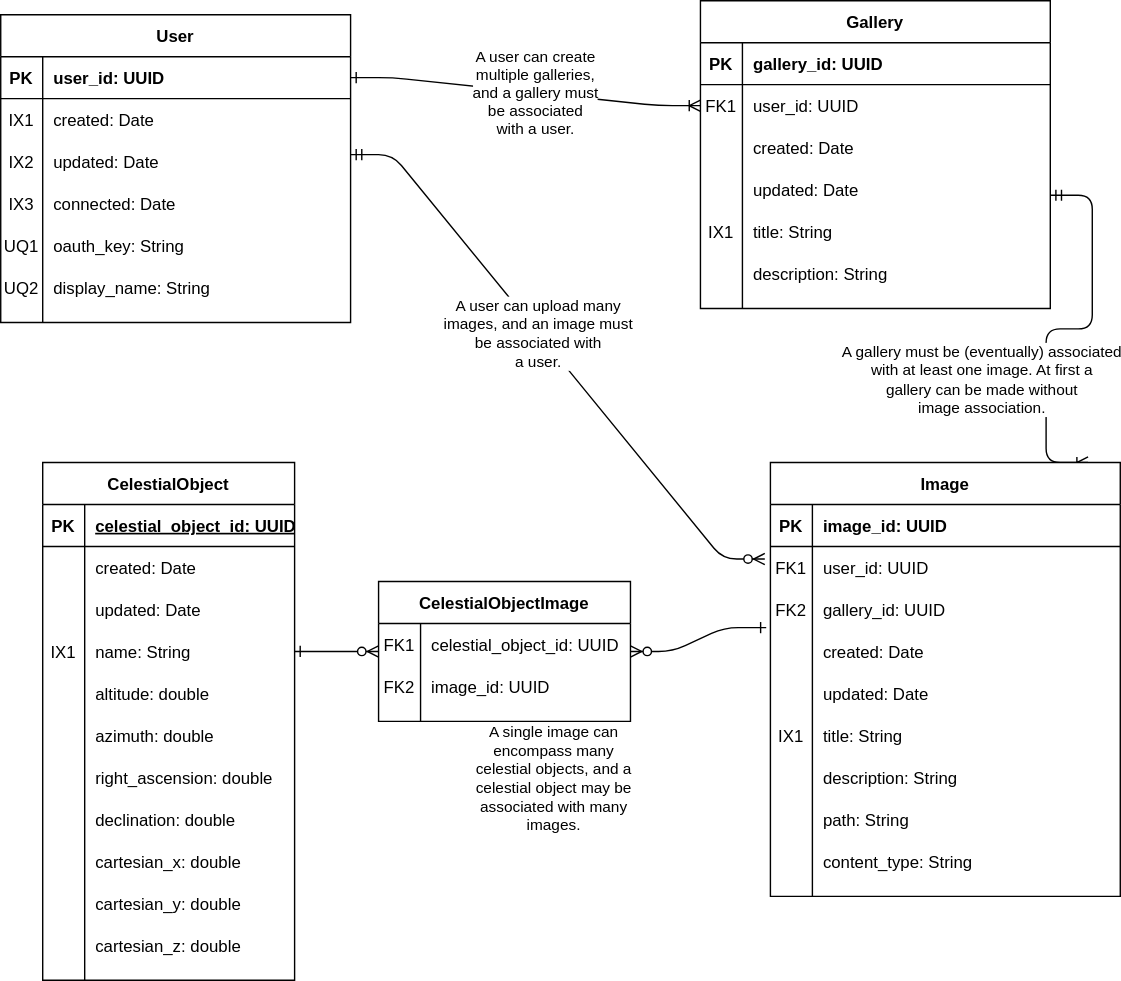
Above: docs/img/erd.svg in north-star-sharing/north-star-sharing.github.io (draw.io), before the change. Source tidied: cells renumbered, new cells last; positions are measured from the earlier drawing's top-left corner, leaving out a move shared by most shapes.
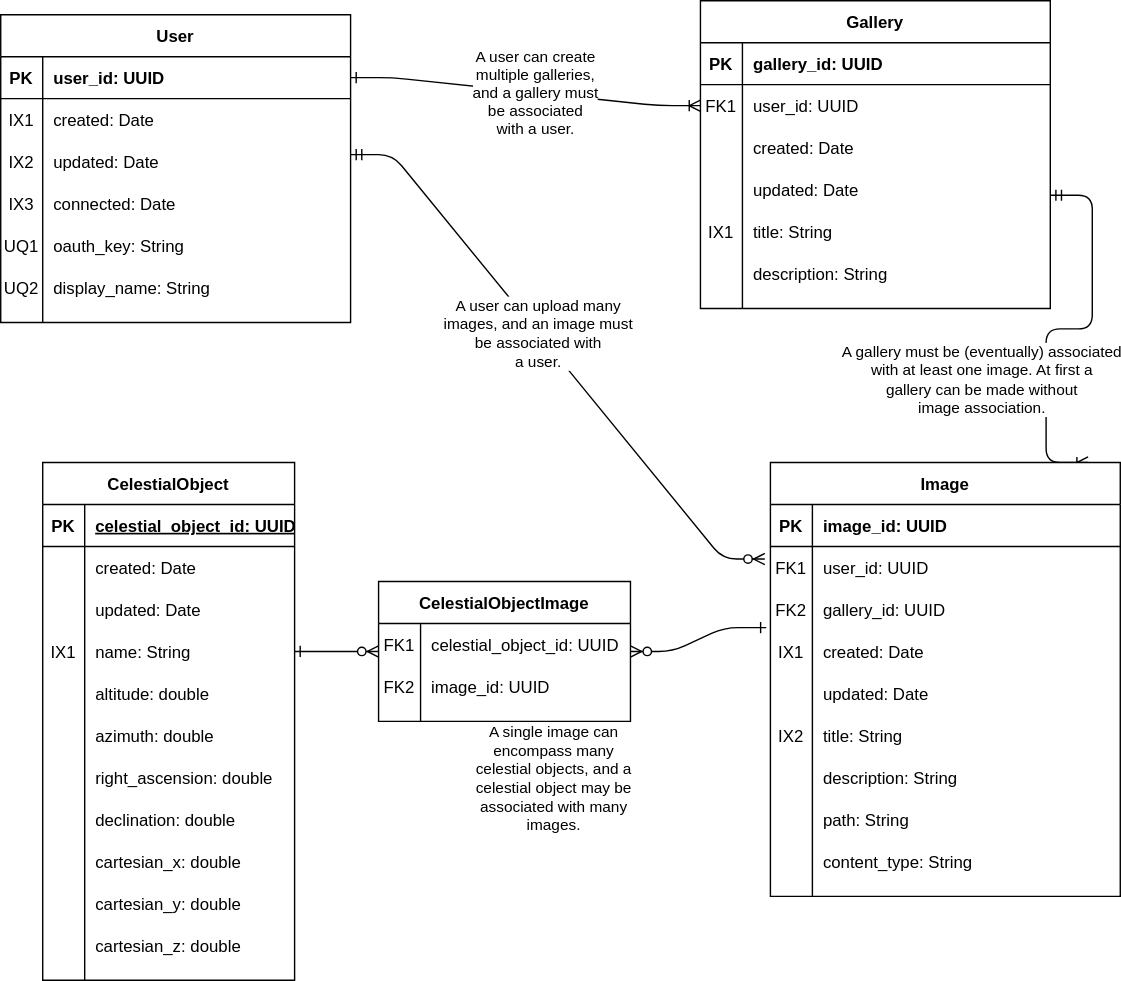
The same file after the commit.

Diff of the diagram source:
```diff
@@ -109,7 +109,7 @@
     <mxCell id="35" style="shape=partialRectangle;fillColor=none;points=[[0,0.5],[1,0.5]];portConstraint=eastwest;top=0;left=0;right=0;bottom=0;" parent="25" vertex="1">
       <mxGeometry y="120" width="250" height="30" as="geometry" />
     </mxCell>
-    <mxCell id="36" style="shape=partialRectangle;overflow=hidden;fillColor=none;top=0;left=0;bottom=0;right=0;" parent="35" vertex="1">
+    <mxCell id="36" value="IX1" style="shape=partialRectangle;overflow=hidden;fillColor=none;top=0;left=0;bottom=0;right=0;" parent="35" vertex="1">
       <mxGeometry width="30" height="30" as="geometry" />
     </mxCell>
     <mxCell id="37" value="created: Date" style="shape=partialRectangle;overflow=hidden;fillColor=none;top=0;left=0;bottom=0;right=0;align=left;spacingLeft=6;" parent="35" vertex="1">
@@ -127,7 +127,7 @@
     <mxCell id="41" style="shape=partialRectangle;fillColor=none;top=0;left=0;right=0;bottom=0;" parent="25" vertex="1">
       <mxGeometry y="180" width="250" height="30" as="geometry" />
     </mxCell>
-    <mxCell id="42" value="IX1" style="shape=partialRectangle;overflow=hidden;fillColor=none;top=0;left=0;bottom=0;right=0;" parent="41" vertex="1">
+    <mxCell id="42" value="IX2" style="shape=partialRectangle;overflow=hidden;fillColor=none;top=0;left=0;bottom=0;right=0;" parent="41" vertex="1">
       <mxGeometry width="30" height="30" as="geometry" />
     </mxCell>
     <mxCell id="43" value="title: String" style="shape=partialRectangle;overflow=hidden;fillColor=none;top=0;left=0;bottom=0;right=0;align=left;spacingLeft=6;" parent="41" vertex="1">
```
